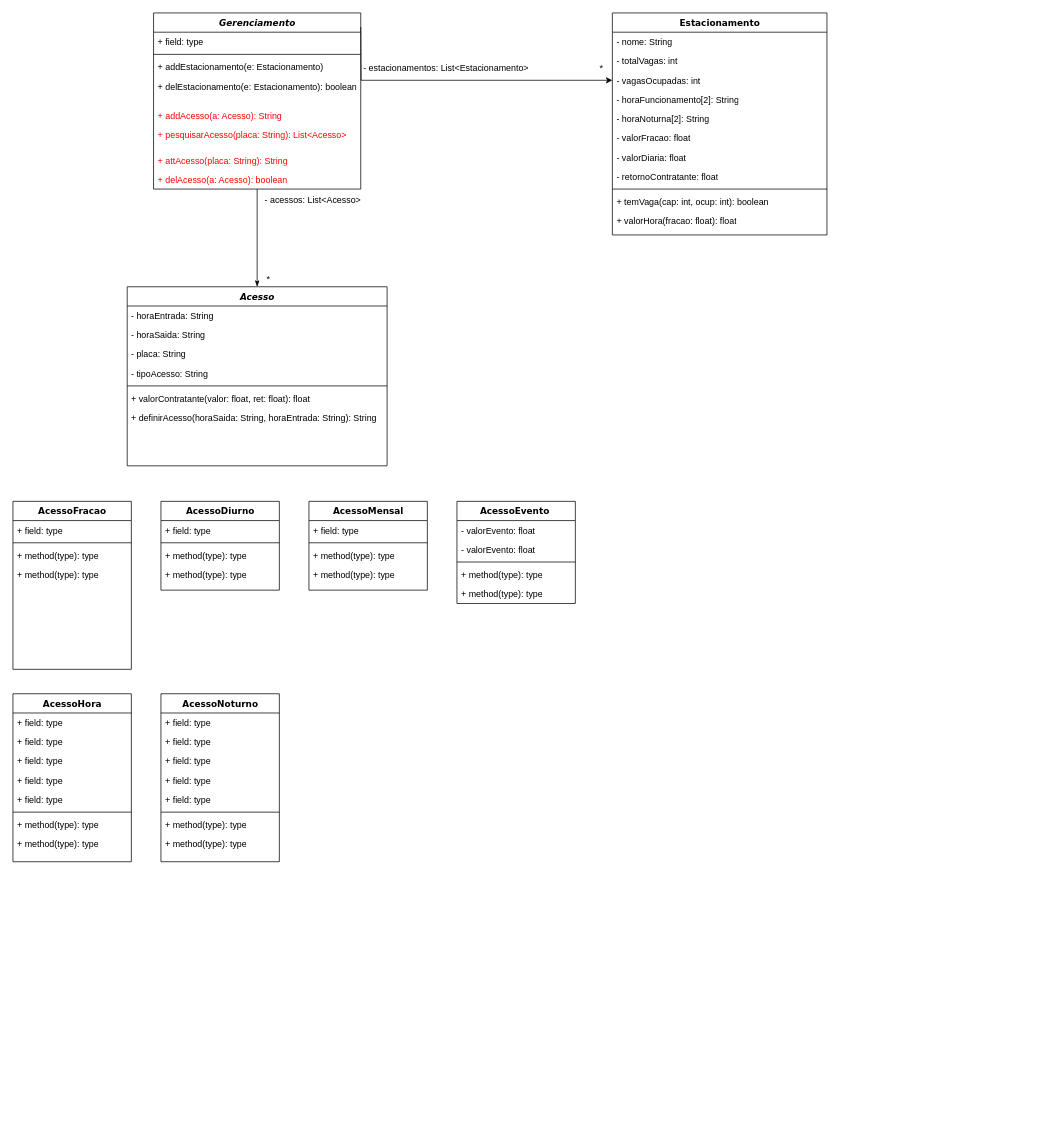
Above: Entrega 1.drawio in FabricioDeQueiroz/Trabalho-OO (draw.io), before the change. Source tidied: cells renumbered, new cells numbered last; positions are measured from the earlier drawing's top-left corner, leaving out a move shared by most shapes. Both pictures are drawn from the tidied source at 74%, with x=0, y=0 at pixel (13, 13).
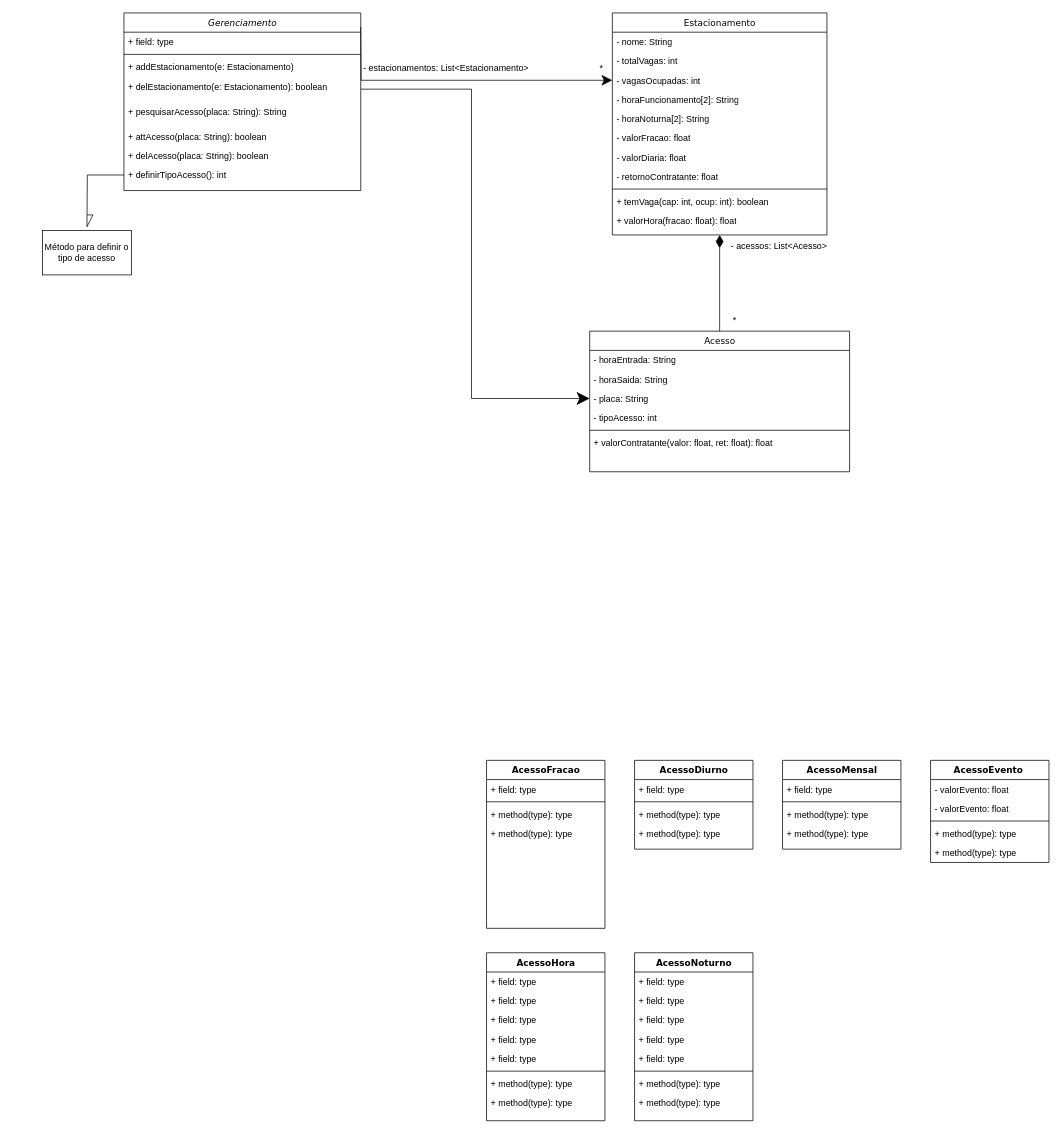
After the change.

Unchanged cells that the change refers to:
```xml
<mxCell id="15" value="- vagasOcupadas: int" style="text;html=1;strokeColor=none;fillColor=none;align=left;verticalAlign=top;spacingLeft=4;spacingRight=4;whiteSpace=wrap;overflow=hidden;points=[[0,0.5],[1,0.5]];portConstraint=eastwest;" parent="12" vertex="1">
  <mxGeometry y="78" width="290" height="26" as="geometry" />
</mxCell>
<mxCell id="28" value="- placa: String" style="text;html=1;strokeColor=none;fillColor=none;align=left;verticalAlign=top;spacingLeft=4;spacingRight=4;whiteSpace=wrap;overflow=hidden;points=[[0,0.5],[1,0.5]];portConstraint=eastwest;" parent="25" vertex="1">
  <mxGeometry y="78" width="351.2" height="26" as="geometry" />
</mxCell>
```

What changed in the source:
```diff
@@
-    <mxCell id="2" style="edgeStyle=orthogonalEdgeStyle;rounded=0;jettySize=auto;html=1;endArrow=classicThin;endFill=1;" parent="1" edge="1" source="3" target="25">
-      <mxGeometry relative="1" as="geometry" />
-    </mxCell>
-    <mxCell id="3" value="&lt;i&gt;Gerenciamento&lt;/i&gt;" style="swimlane;html=1;fontStyle=1;align=center;verticalAlign=top;horizontal=1;startSize=26;swimlaneFillColor=#ffffff;rounded=0;shadow=0;comic=0;labelBackgroundColor=none;strokeWidth=1;fillColor=none;fontFamily=Verdana;fontSize=12;" parent="1" vertex="1">
-      <mxGeometry x="190" width="280" height="238" as="geometry" />
+    <mxCell id="3" value="&lt;i style=&quot;font-weight: normal;&quot;&gt;Gerenciamento&lt;/i&gt;" style="swimlane;html=1;fontStyle=1;align=center;verticalAlign=top;horizontal=1;startSize=26;swimlaneFillColor=#ffffff;rounded=0;shadow=0;comic=0;labelBackgroundColor=none;strokeWidth=1;fillColor=none;fontFamily=Verdana;fontSize=12;" parent="1" vertex="1">
+      <mxGeometry x="150" width="320" height="240" as="geometry" />
     </mxCell>
     <mxCell id="4" value="+ field: type" style="text;html=1;strokeColor=none;fillColor=none;align=left;verticalAlign=top;spacingLeft=4;spacingRight=4;whiteSpace=wrap;overflow=hidden;" parent="3" vertex="1">
-      <mxGeometry y="26" width="280" height="26" as="geometry" />
+      <mxGeometry y="26" width="320" height="26" as="geometry" />
     </mxCell>
     <mxCell id="5" style="line;html=1;strokeWidth=1;fillColor=none;align=left;verticalAlign=middle;spacingTop=-1;spacingLeft=3;spacingRight=3;labelPosition=right;" parent="3" vertex="1">
-      <mxGeometry y="52" width="280" height="8" as="geometry" />
+      <mxGeometry y="52" width="320" height="8" as="geometry" />
     </mxCell>
     <mxCell id="6" value="+ addEstacionamento(e: Estacionamento)" style="text;html=1;strokeColor=none;fillColor=none;align=left;verticalAlign=top;spacingLeft=4;spacingRight=4;whiteSpace=wrap;overflow=hidden;" parent="3" vertex="1">
-      <mxGeometry y="60" width="280" height="26" as="geometry" />
+      <mxGeometry y="60" width="320" height="26" as="geometry" />
     </mxCell>
     <mxCell id="7" value="+ delEstacionamento(e: Estacionamento): boolean" style="text;html=1;strokeColor=none;fillColor=none;align=left;verticalAlign=top;spacingLeft=4;spacingRight=4;whiteSpace=wrap;overflow=hidden;points=[[0,0.5],[1,0.5]];portConstraint=eastwest;" parent="3" vertex="1">
-      <mxGeometry y="86" width="280" height="40" as="geometry" />
+      <mxGeometry y="86" width="320" height="34" as="geometry" />
     </mxCell>
-    <mxCell id="8" value="+ addAcesso(a: Acesso): String" style="text;html=1;strokeColor=none;fillColor=none;align=left;verticalAlign=top;spacingLeft=4;spacingRight=4;whiteSpace=wrap;overflow=hidden;fontColor=#FF0000;" parent="3" vertex="1">
-      <mxGeometry y="126" width="280" height="26" as="geometry" />
-    </mxCell>
-    <mxCell id="9" value="+ pesquisarAcesso(placa: String): List&amp;lt;Acesso&amp;gt;" style="text;html=1;strokeColor=none;fillColor=none;align=left;verticalAlign=top;spacingLeft=4;spacingRight=4;whiteSpace=wrap;overflow=hidden;fontColor=#FF0000;" parent="3" vertex="1">
-      <mxGeometry y="152" width="280" height="34" as="geometry" />
+    <mxCell id="9" value="+ pesquisarAcesso(placa: String): String" style="text;html=1;strokeColor=none;fillColor=none;align=left;verticalAlign=top;spacingLeft=4;spacingRight=4;whiteSpace=wrap;overflow=hidden;fontColor=#000000;" parent="3" vertex="1">
+      <mxGeometry y="120" width="320" height="34" as="geometry" />
     </mxCell>
-    <mxCell id="10" value="+ attAcesso(placa: String): String" style="text;html=1;strokeColor=none;fillColor=none;align=left;verticalAlign=top;spacingLeft=4;spacingRight=4;whiteSpace=wrap;overflow=hidden;fontColor=#FF0000;" parent="3" vertex="1">
-      <mxGeometry y="186" width="280" height="26" as="geometry" />
+    <mxCell id="10" value="+ attAcesso(placa: String): boolean" style="text;html=1;strokeColor=none;fillColor=none;align=left;verticalAlign=top;spacingLeft=4;spacingRight=4;whiteSpace=wrap;overflow=hidden;fontColor=#000000;" parent="3" vertex="1">
+      <mxGeometry y="154" width="320" height="26" as="geometry" />
     </mxCell>
-    <mxCell id="11" value="+ delAcesso(a: Acesso): boolean" style="text;html=1;strokeColor=none;fillColor=none;align=left;verticalAlign=top;spacingLeft=4;spacingRight=4;whiteSpace=wrap;overflow=hidden;fontColor=#FF0000;" parent="3" vertex="1">
-      <mxGeometry y="212" width="280" height="26" as="geometry" />
+    <mxCell id="11" value="+ delAcesso(placa: String): boolean" style="text;html=1;strokeColor=none;fillColor=none;align=left;verticalAlign=top;spacingLeft=4;spacingRight=4;whiteSpace=wrap;overflow=hidden;fontColor=#000000;" parent="3" vertex="1">
+      <mxGeometry y="180" width="320" height="26" as="geometry" />
     </mxCell>
+    <mxCell id="76" value="&lt;span style=&quot;color: rgb(0, 0, 0);&quot;&gt;+ definirTipoAcesso(): int&amp;nbsp;&lt;/span&gt;" style="text;html=1;strokeColor=none;fillColor=none;align=left;verticalAlign=top;spacingLeft=4;spacingRight=4;whiteSpace=wrap;overflow=hidden;points=[[0,0.5],[1,0.5]];portConstraint=eastwest;fontColor=#FF0000;" parent="3" vertex="1">
+      <mxGeometry y="206" width="320" height="26" as="geometry" />
+    </mxCell>
-    <mxCell id="12" value="Estacionamento" style="swimlane;html=1;fontStyle=1;align=center;verticalAlign=top;horizontal=1;startSize=26;swimlaneFillColor=#ffffff;rounded=0;shadow=0;comic=0;labelBackgroundColor=none;strokeWidth=1;fillColor=none;fontFamily=Verdana;fontSize=12;" parent="1" vertex="1">
+    <mxCell id="12" value="&lt;span style=&quot;font-weight: normal;&quot;&gt;Estacionamento&lt;/span&gt;" style="swimlane;html=1;fontStyle=1;align=center;verticalAlign=top;horizontal=1;startSize=26;swimlaneFillColor=#ffffff;rounded=0;shadow=0;comic=0;labelBackgroundColor=none;strokeWidth=1;fillColor=none;fontFamily=Verdana;fontSize=12;" parent="1" vertex="1">
       <mxGeometry x="810" width="290" height="300" as="geometry" />
     </mxCell>
@@
-    <mxCell id="24" style="edgeStyle=orthogonalEdgeStyle;rounded=0;jettySize=auto;html=1;" parent="1" edge="1" target="15">
+    <mxCell id="24" style="edgeStyle=orthogonalEdgeStyle;rounded=0;jettySize=auto;html=1;endSize=12;" parent="1" edge="1" target="15">
       <mxGeometry relative="1" as="geometry">
         <mxPoint x="470" y="19" as="sourcePoint" />
       </mxGeometry>
     </mxCell>
+    <mxCell id="77" style="edgeStyle=orthogonalEdgeStyle;rounded=0;jumpSize=6;jettySize=auto;html=1;endArrow=diamondThin;endFill=1;entryX=0.5;entryY=1;entryDx=0;entryDy=0;strokeWidth=1;targetPerimeterSpacing=0;endSize=15;" parent="1" edge="1" source="25" target="12">
+      <mxGeometry relative="1" as="geometry" />
+    </mxCell>
-    <mxCell id="25" value="&lt;i&gt;Acesso&lt;/i&gt;" style="swimlane;html=1;fontStyle=1;align=center;verticalAlign=top;horizontal=1;startSize=26;swimlaneFillColor=#ffffff;rounded=0;shadow=0;comic=0;labelBackgroundColor=none;strokeWidth=1;fillColor=none;fontFamily=Verdana;fontSize=12;" parent="1" vertex="1">
-      <mxGeometry x="154.4" y="370" width="351.2" height="242" as="geometry" />
+    <mxCell id="25" value="&lt;span style=&quot;font-weight: normal;&quot;&gt;Acesso&lt;/span&gt;" style="swimlane;html=1;fontStyle=1;align=center;verticalAlign=top;horizontal=1;startSize=26;swimlaneFillColor=#ffffff;rounded=0;shadow=0;comic=0;labelBackgroundColor=none;strokeWidth=1;fillColor=none;fontFamily=Verdana;fontSize=12;" parent="1" vertex="1">
+      <mxGeometry x="779.4" y="430" width="351.2" height="190" as="geometry" />
     </mxCell>
@@
-    <mxCell id="29" value="- tipoAcesso: String&amp;nbsp;" style="text;html=1;strokeColor=none;fillColor=none;align=left;verticalAlign=top;spacingLeft=4;spacingRight=4;whiteSpace=wrap;overflow=hidden;" parent="25" vertex="1">
+    <mxCell id="29" value="- tipoAcesso: int&amp;nbsp;" style="text;html=1;strokeColor=none;fillColor=none;align=left;verticalAlign=top;spacingLeft=4;spacingRight=4;whiteSpace=wrap;overflow=hidden;" parent="25" vertex="1">
       <mxGeometry y="104" width="351.2" height="26" as="geometry" />
     </mxCell>
@@
-    <mxCell id="32" value="+ definirAcesso(horaSaida: String, horaEntrada: String): String" style="text;html=1;strokeColor=none;fillColor=none;align=left;verticalAlign=top;spacingLeft=4;spacingRight=4;whiteSpace=wrap;overflow=hidden;" parent="25" vertex="1">
-      <mxGeometry y="164" width="351.2" height="26" as="geometry" />
-    </mxCell>
     <mxCell id="33" value="AcessoMensal" style="swimlane;html=1;fontStyle=1;align=center;verticalAlign=top;horizontal=1;startSize=26;swimlaneFillColor=#ffffff;rounded=0;shadow=0;comic=0;labelBackgroundColor=none;strokeWidth=1;fillColor=none;fontFamily=Verdana;fontSize=12;" parent="1" vertex="1">
-      <mxGeometry x="400" y="660" width="160" height="120" as="geometry" />
+      <mxGeometry x="1040" y="1010" width="160" height="120" as="geometry" />
     </mxCell>
@@
     <mxCell id="40" value="- acessos: List&amp;lt;Acesso&amp;gt;" style="text;html=1;align=center;verticalAlign=middle;strokeColor=none;fillColor=none;" parent="1" vertex="1">
-      <mxGeometry x="330" y="238" width="150" height="30" as="geometry" />
+      <mxGeometry x="960" y="300" width="150" height="30" as="geometry" />
     </mxCell>
     <mxCell id="41" value="*" style="text;html=1;align=center;verticalAlign=middle;strokeColor=none;fillColor=none;" parent="1" vertex="1">
-      <mxGeometry x="330" y="345" width="30" height="30" as="geometry" />
+      <mxGeometry x="960" y="400" width="30" height="30" as="geometry" />
     </mxCell>
     <mxCell id="42" value="AcessoEvento&amp;nbsp;" style="swimlane;html=1;fontStyle=1;align=center;verticalAlign=top;horizontal=1;startSize=26;swimlaneFillColor=#ffffff;rounded=0;shadow=0;comic=0;labelBackgroundColor=none;strokeWidth=1;fillColor=none;fontFamily=Verdana;fontSize=12;" parent="1" vertex="1">
-      <mxGeometry x="600" y="660" width="160" height="138" as="geometry" />
+      <mxGeometry x="1240" y="1010" width="160" height="138" as="geometry" />
     </mxCell>
@@
     <mxCell id="48" value="AcessoHora" style="swimlane;html=1;fontStyle=1;align=center;verticalAlign=top;horizontal=1;startSize=26;swimlaneFillColor=#ffffff;rounded=0;shadow=0;comic=0;labelBackgroundColor=none;strokeWidth=1;fillColor=none;fontFamily=Verdana;fontSize=12;" parent="1" vertex="1">
-      <mxGeometry y="920" width="160" height="227" as="geometry" />
+      <mxGeometry x="640" y="1270" width="160" height="227" as="geometry" />
     </mxCell>
@@
     <mxCell id="57" value="AcessoFracao" style="swimlane;html=1;fontStyle=1;align=center;verticalAlign=top;horizontal=1;startSize=26;swimlaneFillColor=#ffffff;rounded=0;shadow=0;comic=0;labelBackgroundColor=none;strokeWidth=1;fillColor=none;fontFamily=Verdana;fontSize=12;" parent="1" vertex="1">
-      <mxGeometry y="660" width="160" height="227" as="geometry" />
+      <mxGeometry x="640" y="1010" width="160" height="227" as="geometry" />
     </mxCell>
@@
     <mxCell id="62" value="AcessoDiurno" style="swimlane;html=1;fontStyle=1;align=center;verticalAlign=top;horizontal=1;startSize=26;swimlaneFillColor=#ffffff;rounded=0;shadow=0;comic=0;labelBackgroundColor=none;strokeWidth=1;fillColor=none;fontFamily=Verdana;fontSize=12;" parent="1" vertex="1">
-      <mxGeometry x="200" y="660" width="160" height="120" as="geometry" />
+      <mxGeometry x="840" y="1010" width="160" height="120" as="geometry" />
     </mxCell>
@@
     <mxCell id="67" value="AcessoNoturno" style="swimlane;html=1;fontStyle=1;align=center;verticalAlign=top;horizontal=1;startSize=26;swimlaneFillColor=#ffffff;rounded=0;shadow=0;comic=0;labelBackgroundColor=none;strokeWidth=1;fillColor=none;fontFamily=Verdana;fontSize=12;" parent="1" vertex="1">
-      <mxGeometry x="200" y="920" width="160" height="227" as="geometry" />
+      <mxGeometry x="840" y="1270" width="160" height="227" as="geometry" />
     </mxCell>
@@
+    <mxCell id="78" style="edgeStyle=orthogonalEdgeStyle;rounded=0;jumpSize=6;jettySize=auto;html=1;fontColor=#000000;endArrow=async;endFill=0;endSize=15;targetPerimeterSpacing=0;strokeWidth=1;" parent="1" edge="1" source="76">
+      <mxGeometry relative="1" as="geometry">
+        <mxPoint x="100" y="290" as="targetPoint" />
+      </mxGeometry>
+    </mxCell>
+    <mxCell id="79" value="Método para definir o tipo de acesso" style="rounded=0;whiteSpace=wrap;html=1;fontColor=#000000;" parent="1" vertex="1">
+      <mxGeometry x="40" y="294" width="120" height="60" as="geometry" />
+    </mxCell>
+    <mxCell id="80" style="edgeStyle=orthogonalEdgeStyle;rounded=0;jumpSize=6;jettySize=auto;html=1;entryX=0;entryY=0.5;entryDx=0;entryDy=0;fontColor=#000000;endArrow=classic;endFill=1;endSize=15;targetPerimeterSpacing=0;strokeWidth=1;" parent="1" edge="1" source="7" target="28">
+      <mxGeometry relative="1" as="geometry" />
+    </mxCell>
```
